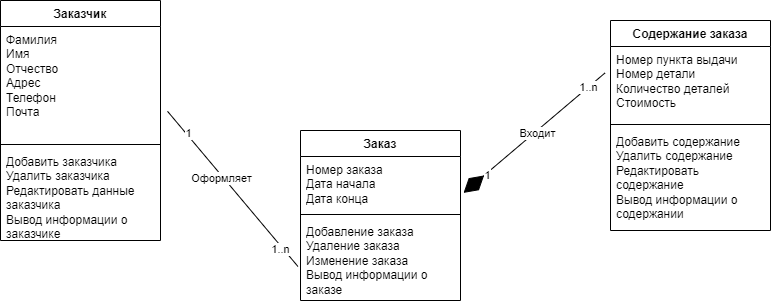
Earlier version of the draw.io export классы.png (Involuntar/Test). Source tidied: cells renumbered, new cells last; positions are measured from the earlier drawing's top-left corner, leaving out a move shared by most shapes. The source it was exported from:
```xml
<mxGraphModel>
  <root>
    <mxCell id="0" />
    <mxCell id="1" parent="0" />
    <mxCell id="2" value="Заказчик" style="swimlane;fontStyle=1;align=center;verticalAlign=top;horizontal=1;startSize=26;whiteSpace=wrap;html=1;" parent="1" vertex="1">
      <mxGeometry width="160" height="240" as="geometry" />
    </mxCell>
    <mxCell id="3" value="&lt;div&gt;&lt;span style=&quot;background-color: initial;&quot;&gt;Фамилия&lt;/span&gt;&lt;br&gt;&lt;/div&gt;&lt;div&gt;Имя&lt;/div&gt;&lt;div&gt;Отчество&lt;/div&gt;&lt;div&gt;Адрес&lt;br&gt;Телефон&lt;br&gt;Почта&lt;/div&gt;" style="text;strokeColor=none;fillColor=none;align=left;verticalAlign=top;spacingLeft=4;spacingRight=4;overflow=hidden;points=[[0,0.5],[1,0.5]];portConstraint=eastwest;whiteSpace=wrap;html=1;" parent="2" vertex="1">
      <mxGeometry y="26" width="160" height="114" as="geometry" />
    </mxCell>
    <mxCell id="4" style="line;strokeWidth=1;fillColor=none;align=left;verticalAlign=middle;spacingTop=-1;spacingLeft=3;spacingRight=3;labelPosition=right;strokeColor=inherit;" parent="2" vertex="1">
      <mxGeometry y="140" width="160" height="8" as="geometry" />
    </mxCell>
    <mxCell id="5" value="Добавить заказчика&lt;br&gt;Удалить заказчика&lt;div&gt;Редактировать данные заказчика&lt;br&gt;&lt;div&gt;Вывод информации о заказчике&lt;/div&gt;&lt;/div&gt;" style="text;strokeColor=none;fillColor=none;align=left;verticalAlign=top;spacingLeft=4;spacingRight=4;overflow=hidden;whiteSpace=wrap;html=1;" parent="2" vertex="1">
      <mxGeometry y="148" width="160" height="92" as="geometry" />
    </mxCell>
    <mxCell id="6" value="Заказ" style="swimlane;fontStyle=1;align=center;verticalAlign=top;horizontal=1;startSize=26;whiteSpace=wrap;html=1;" parent="1" vertex="1">
      <mxGeometry x="300" y="130" width="160" height="170" as="geometry" />
    </mxCell>
    <mxCell id="7" value="Номер заказа&lt;div&gt;Дата начала&lt;br&gt;Дата конца&lt;/div&gt;" style="text;strokeColor=none;fillColor=none;align=left;verticalAlign=top;spacingLeft=4;spacingRight=4;overflow=hidden;points=[[0,0.5],[1,0.5]];portConstraint=eastwest;whiteSpace=wrap;html=1;" parent="6" vertex="1">
      <mxGeometry y="26" width="160" height="54" as="geometry" />
    </mxCell>
    <mxCell id="8" style="line;strokeWidth=1;fillColor=none;align=left;verticalAlign=middle;spacingTop=-1;spacingLeft=3;spacingRight=3;labelPosition=right;strokeColor=inherit;" parent="6" vertex="1">
      <mxGeometry y="80" width="160" height="8" as="geometry" />
    </mxCell>
    <mxCell id="9" value="Добавление заказа&lt;br&gt;Удаление заказа&lt;br&gt;Изменение заказа&lt;div&gt;Вывод информации о заказе&lt;/div&gt;" style="text;strokeColor=none;fillColor=none;align=left;verticalAlign=top;spacingLeft=4;spacingRight=4;overflow=hidden;points=[[0,0.5],[1,0.5]];portConstraint=eastwest;whiteSpace=wrap;html=1;" parent="6" vertex="1">
      <mxGeometry y="88" width="160" height="82" as="geometry" />
    </mxCell>
    <mxCell id="10" style="endArrow=none;html=1;rounded=0;entryX=1.044;entryY=0.744;entryDx=0;entryDy=0;entryPerimeter=0;exitX=-0.016;exitY=0.585;exitDx=0;exitDy=0;exitPerimeter=0;" parent="1" edge="1" source="9" target="3">
      <mxGeometry relative="1" as="geometry" />
    </mxCell>
    <mxCell id="11" value="1" style="edgeLabel;html=1;align=center;verticalAlign=middle;" parent="10" vertex="1">
      <mxGeometry x="0.71" y="-2" relative="1" as="geometry" />
    </mxCell>
    <mxCell id="12" value="1..n" style="edgeLabel;html=1;align=center;verticalAlign=middle;" parent="10" vertex="1">
      <mxGeometry x="-0.76" y="3" relative="1" as="geometry" />
    </mxCell>
    <mxCell id="13" value="Оформляет" style="edgeLabel;html=1;align=center;verticalAlign=middle;" parent="10" vertex="1">
      <mxGeometry x="0.16" y="2" relative="1" as="geometry" />
    </mxCell>
    <mxCell id="14" value="Содержание заказа" style="swimlane;fontStyle=1;align=center;verticalAlign=top;horizontal=1;startSize=26;whiteSpace=wrap;html=1;" parent="1" vertex="1">
      <mxGeometry x="610" y="20" width="160" height="210" as="geometry" />
    </mxCell>
    <mxCell id="15" value="Номер пункта выдачи&lt;div&gt;Номер детали&lt;br&gt;&lt;div&gt;Количество деталей&lt;/div&gt;&lt;div&gt;Стоимость&lt;/div&gt;&lt;/div&gt;" style="text;strokeColor=none;fillColor=none;align=left;verticalAlign=top;spacingLeft=4;spacingRight=4;overflow=hidden;points=[[0,0.5],[1,0.5]];portConstraint=eastwest;whiteSpace=wrap;html=1;" parent="14" vertex="1">
      <mxGeometry y="26" width="160" height="74" as="geometry" />
    </mxCell>
    <mxCell id="16" style="line;strokeWidth=1;fillColor=none;align=left;verticalAlign=middle;spacingTop=-1;spacingLeft=3;spacingRight=3;labelPosition=right;strokeColor=inherit;" parent="14" vertex="1">
      <mxGeometry y="100" width="160" height="8" as="geometry" />
    </mxCell>
    <mxCell id="17" value="Добавить содержание&lt;div&gt;Удалить содержание&lt;/div&gt;&lt;div&gt;Редактировать содержание&lt;/div&gt;&lt;div&gt;Вывод информации о содержании&lt;/div&gt;" style="text;strokeColor=none;fillColor=none;align=left;verticalAlign=top;spacingLeft=4;spacingRight=4;overflow=hidden;points=[[0,0.5],[1,0.5]];portConstraint=eastwest;whiteSpace=wrap;html=1;" parent="14" vertex="1">
      <mxGeometry y="108" width="160" height="102" as="geometry" />
    </mxCell>
    <mxCell id="18" style="endArrow=diamondThin;endFill=1;endSize=24;html=1;rounded=0;exitX=-0.034;exitY=0.357;exitDx=0;exitDy=0;exitPerimeter=0;entryX=1.019;entryY=0.674;entryDx=0;entryDy=0;entryPerimeter=0;" parent="1" edge="1" source="15" target="7">
      <mxGeometry relative="1" as="geometry" />
    </mxCell>
    <mxCell id="19" value="Входит" style="edgeLabel;html=1;align=center;verticalAlign=middle;" parent="18" vertex="1">
      <mxGeometry x="-0.02" y="2" relative="1" as="geometry" />
    </mxCell>
    <mxCell id="20" value="1..n" style="edgeLabel;html=1;align=center;verticalAlign=middle;" parent="18" vertex="1">
      <mxGeometry x="-0.76" relative="1" as="geometry" />
    </mxCell>
    <mxCell id="21" value="1" style="edgeLabel;html=1;align=center;verticalAlign=middle;" parent="18" vertex="1">
      <mxGeometry x="0.68" y="1" relative="1" as="geometry" />
    </mxCell>
  </root>
</mxGraphModel>
```
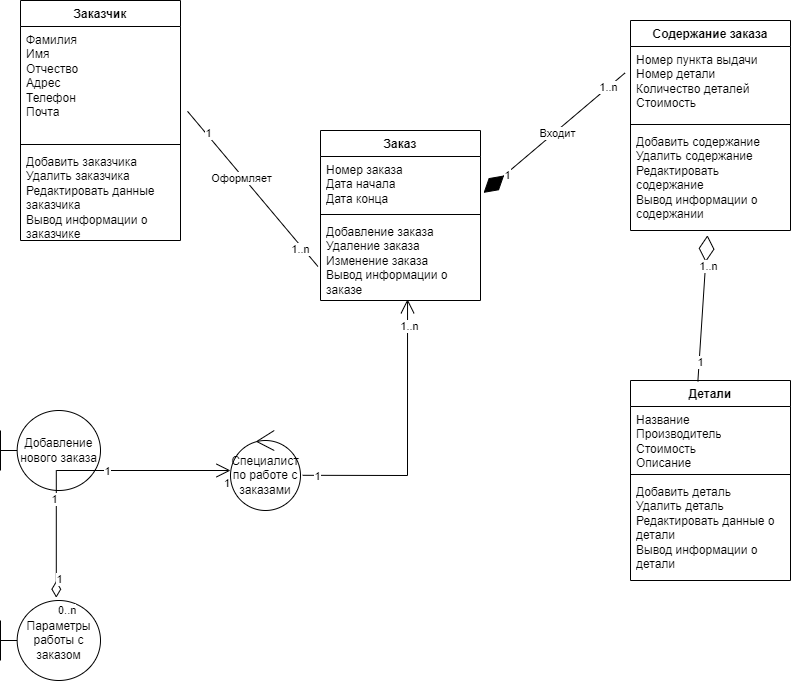
After the commit.

The edit, as a diff of the source:
```diff
@@ -62,5 +62,70 @@
     <mxCell id="21" value="1" style="edgeLabel;html=1;align=center;verticalAlign=middle;" parent="18" vertex="1">
       <mxGeometry x="0.68" y="1" relative="1" as="geometry" />
     </mxCell>
+    <mxCell id="22" value="Детали" style="swimlane;fontStyle=1;align=center;verticalAlign=top;horizontal=1;startSize=26;whiteSpace=wrap;html=1;" parent="1" vertex="1">
+      <mxGeometry x="610" y="380" width="160" height="200" as="geometry" />
+    </mxCell>
+    <mxCell id="23" value="Название&lt;div&gt;Производитель&lt;/div&gt;&lt;div&gt;Стоимость&lt;/div&gt;&lt;div&gt;Описание&lt;/div&gt;" style="text;strokeColor=none;fillColor=none;align=left;verticalAlign=top;spacingLeft=4;spacingRight=4;overflow=hidden;whiteSpace=wrap;html=1;" parent="22" vertex="1">
+      <mxGeometry y="26" width="160" height="64" as="geometry" />
+    </mxCell>
+    <mxCell id="24" style="line;strokeWidth=1;fillColor=none;align=left;verticalAlign=middle;spacingTop=-1;spacingLeft=3;spacingRight=3;labelPosition=right;strokeColor=inherit;" parent="22" vertex="1">
+      <mxGeometry y="90" width="160" height="8" as="geometry" />
+    </mxCell>
+    <mxCell id="25" value="Добавить деталь&lt;div&gt;Удалить деталь&lt;/div&gt;&lt;div&gt;Редактировать данные о детали&lt;/div&gt;&lt;div&gt;Вывод информации о детали&lt;/div&gt;" style="text;strokeColor=none;fillColor=none;align=left;verticalAlign=top;spacingLeft=4;spacingRight=4;overflow=hidden;whiteSpace=wrap;html=1;" parent="22" vertex="1">
+      <mxGeometry y="98" width="160" height="102" as="geometry" />
+    </mxCell>
+    <mxCell id="26" style="endArrow=diamondThin;endFill=0;endSize=24;html=1;rounded=0;entryX=0.481;entryY=1.047;entryDx=0;entryDy=0;entryPerimeter=0;exitX=0.421;exitY=0.005;exitDx=0;exitDy=0;exitPerimeter=0;" parent="1" edge="1" source="22" target="17">
+      <mxGeometry relative="1" as="geometry" />
+    </mxCell>
+    <mxCell id="27" value="1..n" style="edgeLabel;html=1;align=center;verticalAlign=middle;" parent="26" vertex="1">
+      <mxGeometry x="0.59" y="-3" relative="1" as="geometry" />
+    </mxCell>
+    <mxCell id="28" value="1" style="edgeLabel;html=1;align=center;verticalAlign=middle;" parent="26" vertex="1">
+      <mxGeometry x="-0.73" y="-1" relative="1" as="geometry" />
+    </mxCell>
+    <mxCell id="29" value="Специалист по работе с заказами" style="ellipse;shape=umlControl;whiteSpace=wrap;html=1;" parent="1" vertex="1">
+      <mxGeometry x="210" y="430" width="70" height="80" as="geometry" />
+    </mxCell>
+    <mxCell id="30" value="Добавление нового заказа" style="shape=umlBoundary;whiteSpace=wrap;html=1;" parent="1" vertex="1">
+      <mxGeometry x="-20" y="410" width="100" height="80" as="geometry" />
+    </mxCell>
+    <mxCell id="31" value="Параметры работы с заказом" style="shape=umlBoundary;whiteSpace=wrap;html=1;" parent="1" vertex="1">
+      <mxGeometry x="-20" y="600" width="100" height="80" as="geometry" />
+    </mxCell>
+    <mxCell id="32" style="endArrow=open;html=1;endSize=12;startArrow=diamondThin;startSize=14;startFill=0;edgeStyle=orthogonalEdgeStyle;rounded=0;exitX=0.558;exitY=-0.035;exitDx=0;exitDy=0;exitPerimeter=0;" parent="1" edge="1" source="31" target="29">
+      <mxGeometry relative="1" as="geometry">
+        <Array as="points">
+          <mxPoint x="36" y="470" />
+        </Array>
+      </mxGeometry>
+    </mxCell>
+    <mxCell id="33" value="0..n" style="edgeLabel;html=1;align=left;verticalAlign=top;" parent="32" vertex="1">
+      <mxGeometry x="-1" relative="1" as="geometry" />
+    </mxCell>
+    <mxCell id="34" value="1" style="edgeLabel;html=1;align=right;verticalAlign=top;" parent="32" vertex="1">
+      <mxGeometry x="1" relative="1" as="geometry" />
+    </mxCell>
+    <mxCell id="35" value="1" style="edgeLabel;html=1;align=center;verticalAlign=middle;" parent="32" vertex="1">
+      <mxGeometry x="-0.34" y="2" relative="1" as="geometry" />
+    </mxCell>
+    <mxCell id="36" value="1" style="edgeLabel;html=1;align=center;verticalAlign=middle;" parent="32" vertex="1">
+      <mxGeometry x="0.18" relative="1" as="geometry" />
+    </mxCell>
+    <mxCell id="37" value="1" style="edgeLabel;html=1;align=center;verticalAlign=middle;" parent="32" vertex="1">
+      <mxGeometry x="-0.87" y="-3" relative="1" as="geometry" />
+    </mxCell>
+    <mxCell id="38" style="endArrow=open;endFill=1;endSize=12;html=1;rounded=0;entryX=0.544;entryY=0.985;entryDx=0;entryDy=0;entryPerimeter=0;exitX=1.031;exitY=0.56;exitDx=0;exitDy=0;exitPerimeter=0;" parent="1" edge="1" source="29" target="9">
+      <mxGeometry relative="1" as="geometry">
+        <Array as="points">
+          <mxPoint x="387" y="475" />
+        </Array>
+      </mxGeometry>
+    </mxCell>
+    <mxCell id="39" value="1" style="edgeLabel;html=1;align=center;verticalAlign=middle;" parent="38" vertex="1">
+      <mxGeometry x="-0.9" y="-1" relative="1" as="geometry" />
+    </mxCell>
+    <mxCell id="40" value="1..n" style="edgeLabel;html=1;align=center;verticalAlign=middle;" parent="38" vertex="1">
+      <mxGeometry x="0.81" y="-1" relative="1" as="geometry" />
+    </mxCell>
   </root>
 </mxGraphModel>
```
